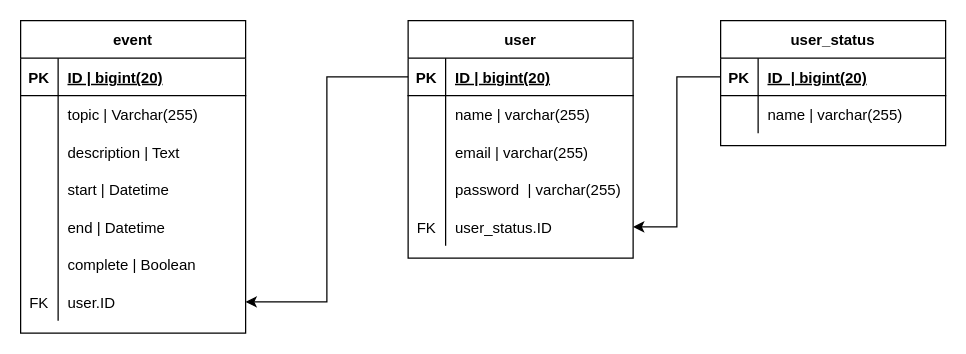
This is plans/database_plan/Calendar_database_plan.drawio from KerteszZoltan/szakdoga, a draw.io file, before an edit. Source tidied: cells renumbered, new cells numbered last; positions are measured from the earlier drawing's top-left corner, leaving out a move shared by most shapes. Both pictures are drawn from the tidied source at 125%, with x=0, y=0 at pixel (20, 20).
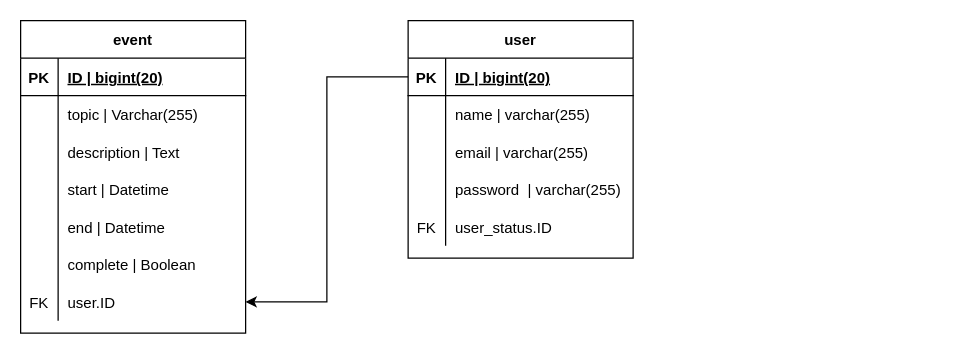
The same page after the edit.

The change refers to these unchanged cells:
```xml
<mxCell id="37" style="shape=partialRectangle;fillColor=none;top=0;left=0;bottom=0;right=0;points=[[0,0.5],[1,0.5]];portConstraint=eastwest;" parent="24" vertex="1">
  <mxGeometry y="150" width="180" height="30" as="geometry" />
</mxCell>
```

The edit, as a diff of the source:
```diff
@@
-    <mxCell id="41" value="user_status" style="shape=table;startSize=30;childLayout=tableLayout;rowLines=0;fontStyle=1;align=center;" parent="1" vertex="1">
-      <mxGeometry x="560" width="180" height="100" as="geometry" />
-    </mxCell>
-    <mxCell id="42" style="shape=partialRectangle;fillColor=none;top=0;left=0;bottom=1;right=0;points=[[0,0.5],[1,0.5]];portConstraint=eastwest;" parent="41" vertex="1">
-      <mxGeometry y="30" width="180" height="30" as="geometry" />
-    </mxCell>
-    <mxCell id="43" value="PK" style="shape=partialRectangle;fillColor=none;top=0;left=0;bottom=0;right=0;fontStyle=1;overflow=hidden;" parent="42" vertex="1">
-      <mxGeometry width="30" height="30" as="geometry" />
-    </mxCell>
-    <mxCell id="44" value="ID  | bigint(20)" style="shape=partialRectangle;fillColor=none;top=0;left=0;bottom=0;right=0;align=left;spacingLeft=6;fontStyle=5;overflow=hidden;" parent="42" vertex="1">
-      <mxGeometry x="30" width="150" height="30" as="geometry" />
-    </mxCell>
-    <mxCell id="45" style="shape=partialRectangle;fillColor=none;top=0;left=0;bottom=0;right=0;" parent="41" vertex="1">
-      <mxGeometry y="60" width="180" height="30" as="geometry" />
-    </mxCell>
-    <mxCell id="46" style="shape=partialRectangle;fillColor=none;top=0;left=0;bottom=0;right=0;overflow=hidden;" parent="45" vertex="1">
-      <mxGeometry width="30" height="30" as="geometry" />
-    </mxCell>
-    <mxCell id="47" value="name | varchar(255)" style="shape=partialRectangle;fillColor=none;top=0;left=0;bottom=0;right=0;align=left;spacingLeft=6;overflow=hidden;" parent="45" vertex="1">
-      <mxGeometry x="30" width="150" height="30" as="geometry" />
-    </mxCell>
-    <mxCell id="48" style="edgeStyle=orthogonalEdgeStyle;rounded=0;jettySize=auto;html=1;exitX=0;exitY=0.5;exitDx=0;exitDy=0;entryX=1;entryY=0.5;entryDx=0;entryDy=0;" parent="1" edge="1" source="42" target="37">
-      <mxGeometry relative="1" as="geometry" />
-    </mxCell>
```
